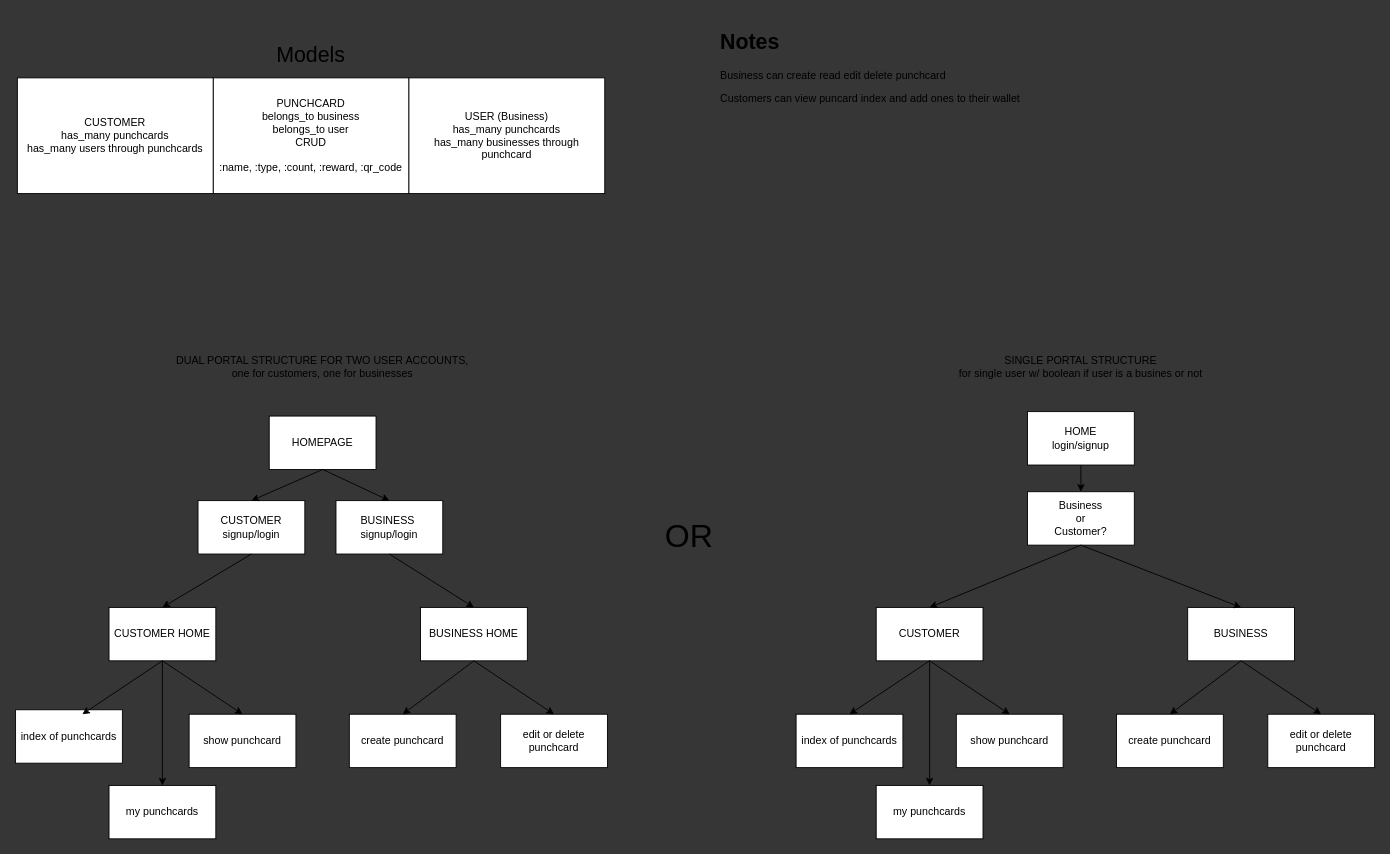
Above: structure.drawio in mrsampool/phase-4-proj (draw.io), before the change. Source tidied: cells renumbered, new cells numbered last; positions are measured from the earlier drawing's top-left corner, leaving out a move shared by most shapes. Both pictures are drawn from the tidied source at 89%, with x=0, y=0 at pixel (15, 24).
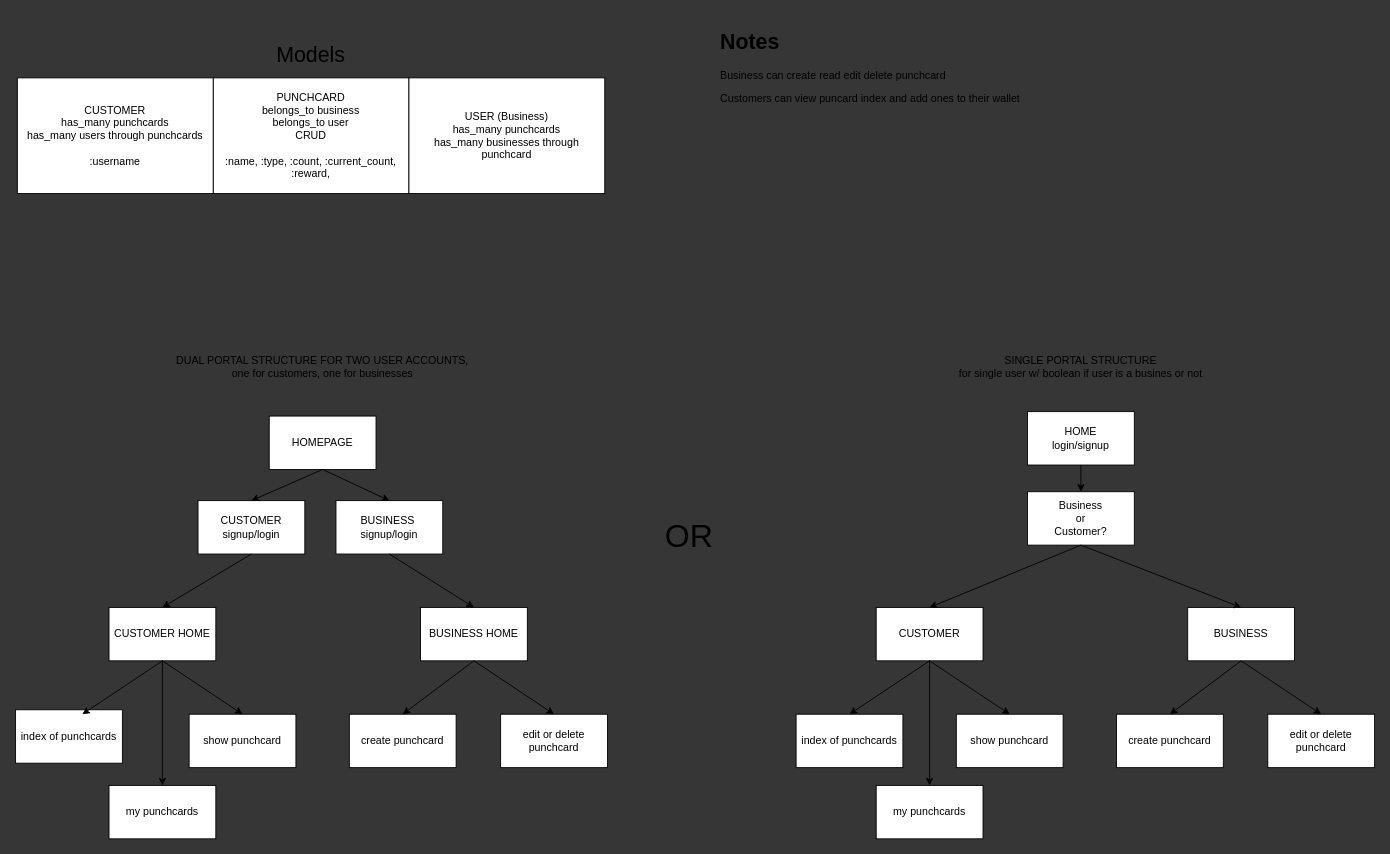
After the change.

Commit message (it also covers changes not shown here):
adds new model  for customers, sets many to many

What changed in the source:
```diff
@@
-    <mxCell id="2" value="PUNCHCARD&lt;br&gt;belongs_to business&lt;br&gt;belongs_to user&lt;br&gt;CRUD&lt;br&gt;&lt;br&gt;:name, :type, :count, :reward, :qr_code" style="rounded=0;whiteSpace=wrap;html=1;" parent="1" vertex="1">
+    <mxCell id="2" value="PUNCHCARD&lt;br&gt;belongs_to business&lt;br&gt;belongs_to user&lt;br&gt;CRUD&lt;br&gt;&lt;br&gt;:name, :type, :count, :current_count, :reward," style="rounded=0;whiteSpace=wrap;html=1;" parent="1" vertex="1">
       <mxGeometry x="222" y="60" width="220" height="130" as="geometry" />
     </mxCell>
@@
-    <mxCell id="4" value="CUSTOMER&lt;br&gt;has_many punchcards&lt;br&gt;has_many users through punchcards" style="rounded=0;whiteSpace=wrap;html=1;" parent="1" vertex="1">
+    <mxCell id="4" value="CUSTOMER&lt;br&gt;has_many punchcards&lt;br&gt;has_many users through punchcards&lt;br&gt;&lt;br&gt;:username" style="rounded=0;whiteSpace=wrap;html=1;" parent="1" vertex="1">
       <mxGeometry x="2" y="60" width="220" height="130" as="geometry" />
     </mxCell>
```
